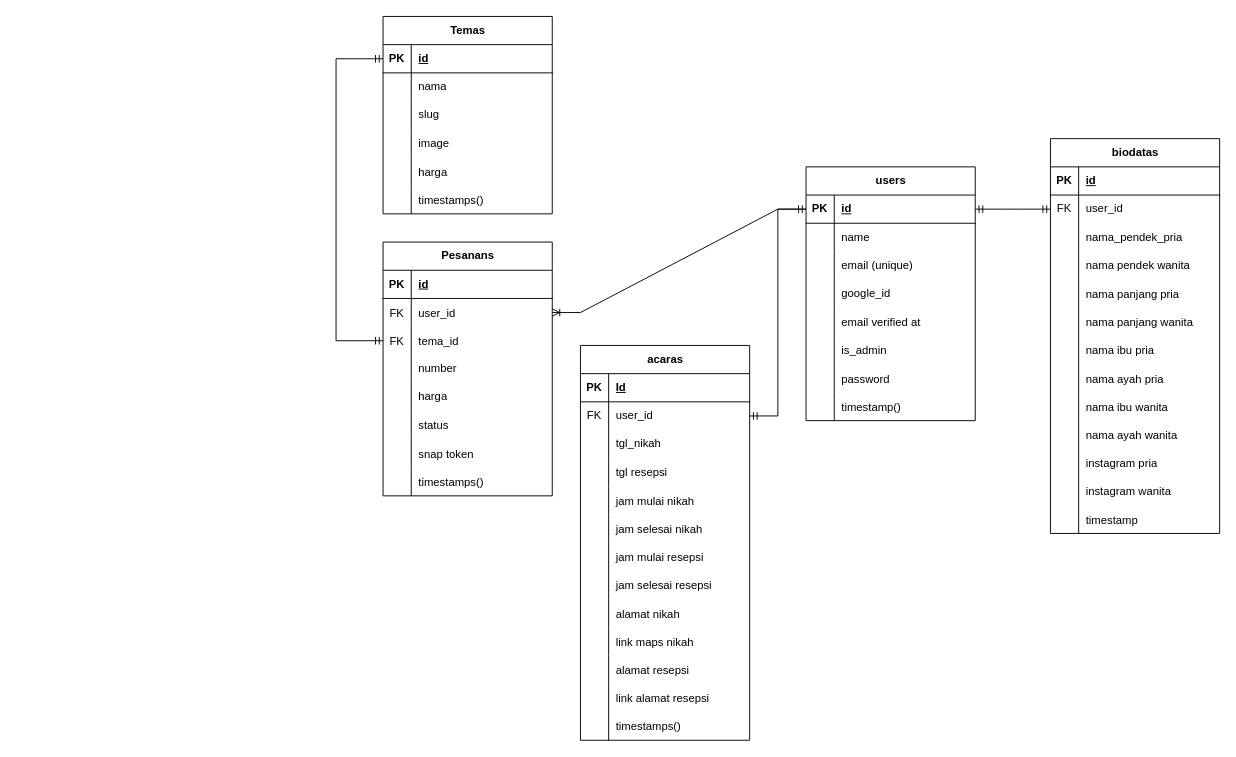
The draw.io diagram Untitled Diagram.drawio in herisukoco/draw.io, before the edit. Source tidied: cells renumbered, new cells numbered last; positions are measured from the earlier drawing's top-left corner, leaving out a move shared by most shapes. Both pictures are drawn from the tidied source at 94%, with x=0, y=0 at pixel (336, 16).
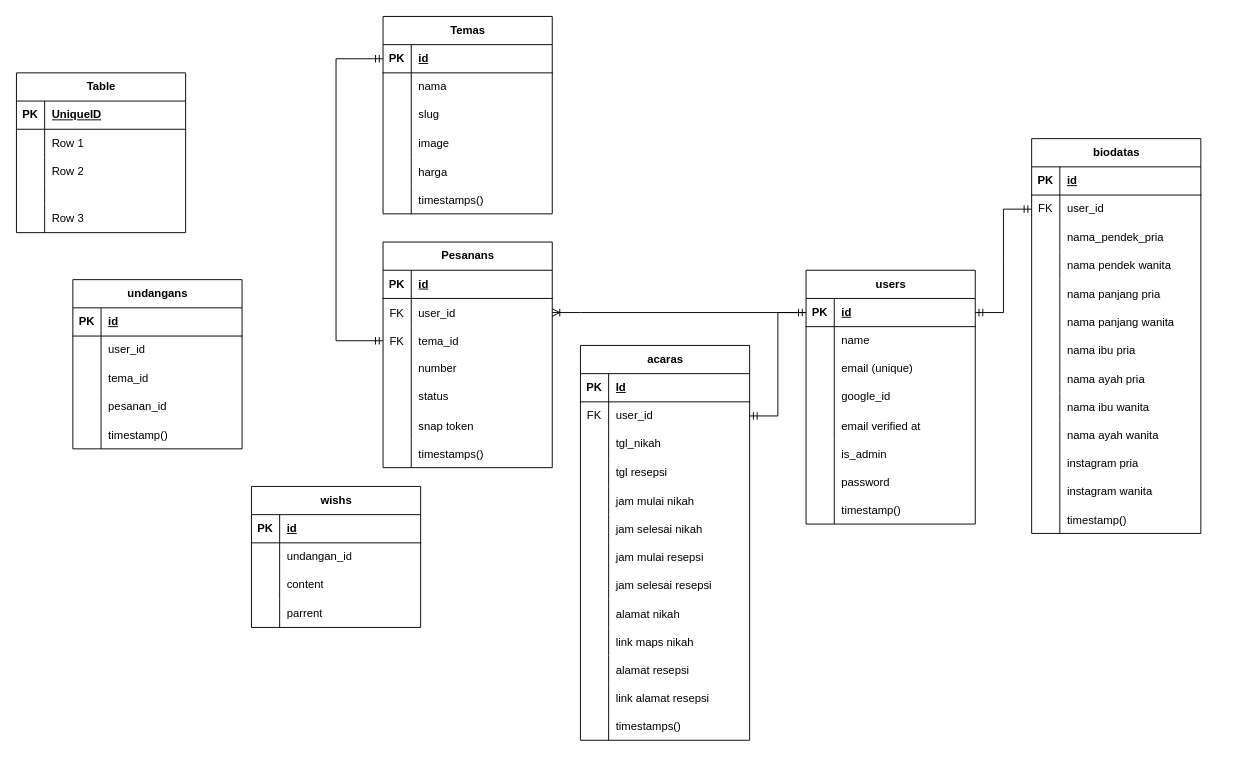
Above is the later version.

Unchanged cells that the change refers to:
```xml
<mxCell id="64" style="shape=tableRow;horizontal=0;startSize=0;swimlaneHead=0;swimlaneBody=0;fillColor=none;top=0;left=0;right=0;bottom=0;" parent="27" vertex="1">
  <mxGeometry y="390" width="180" height="30" as="geometry" />
</mxCell>
```

Diff of the diagram source:
```diff
@@
     <mxCell id="2" value="users" style="shape=table;startSize=30;childLayout=tableLayout;rowLines=0;fontStyle=1;align=center;html=1;" parent="1" vertex="1">
-      <mxGeometry x="500" y="160" width="180" height="270" as="geometry" />
+      <mxGeometry x="500" y="270" width="180" height="270" as="geometry" />
     </mxCell>
@@
     <mxCell id="27" value="biodatas" style="shape=table;startSize=30;childLayout=tableLayout;rowLines=0;fontStyle=1;align=center;html=1;" parent="1" vertex="1">
-      <mxGeometry x="760" y="130" width="180" height="420" as="geometry" />
+      <mxGeometry x="740" y="130" width="180" height="420" as="geometry" />
     </mxCell>
@@
-    <mxCell id="66" value="timestamp" style="shape=partialRectangle;fillColor=none;top=0;left=0;bottom=0;right=0;align=left;spacingLeft=6;overflow=hidden;" parent="64" vertex="1">
+    <mxCell id="66" value="timestamp()" style="shape=partialRectangle;fillColor=none;top=0;left=0;bottom=0;right=0;align=left;spacingLeft=6;overflow=hidden;" parent="64" vertex="1">
       <mxGeometry x="30" width="150" height="30" as="geometry" />
     </mxCell>
@@
     <mxCell id="128" value="Pesanans" style="shape=table;startSize=30;childLayout=tableLayout;rowLines=0;fontStyle=1;align=center;html=1;" parent="1" vertex="1">
-      <mxGeometry x="50" y="240" width="180" height="270" as="geometry" />
+      <mxGeometry x="50" y="240" width="180" height="240" as="geometry" />
     </mxCell>
@@
-    <mxCell id="141" style="shape=tableRow;horizontal=0;startSize=0;swimlaneHead=0;swimlaneBody=0;fillColor=none;top=0;left=0;right=0;bottom=0;" parent="128" vertex="1">
-      <mxGeometry y="150" width="180" height="30" as="geometry" />
-    </mxCell>
-    <mxCell id="142" style="shape=partialRectangle;fillColor=none;top=0;left=0;bottom=0;right=0;overflow=hidden;whiteSpace=wrap;html=1;" parent="141" vertex="1">
-      <mxGeometry width="30" height="30" as="geometry" />
-    </mxCell>
-    <mxCell id="143" value="harga" style="shape=partialRectangle;fillColor=none;top=0;left=0;bottom=0;right=0;align=left;spacingLeft=6;overflow=hidden;whiteSpace=wrap;html=1;" parent="141" vertex="1">
-      <mxGeometry x="30" width="150" height="30" as="geometry" />
-    </mxCell>
     <mxCell id="144" style="shape=tableRow;horizontal=0;startSize=0;swimlaneHead=0;swimlaneBody=0;fillColor=none;top=0;left=0;right=0;bottom=0;" parent="128" vertex="1">
-      <mxGeometry y="180" width="180" height="30" as="geometry" />
+      <mxGeometry y="150" width="180" height="30" as="geometry" />
     </mxCell>
@@
     <mxCell id="147" style="shape=tableRow;horizontal=0;startSize=0;swimlaneHead=0;swimlaneBody=0;fillColor=none;top=0;left=0;right=0;bottom=0;" parent="128" vertex="1">
-      <mxGeometry y="210" width="180" height="30" as="geometry" />
+      <mxGeometry y="180" width="180" height="30" as="geometry" />
     </mxCell>
@@
     <mxCell id="150" style="shape=tableRow;horizontal=0;startSize=0;swimlaneHead=0;swimlaneBody=0;fillColor=none;top=0;left=0;right=0;bottom=0;" parent="128" vertex="1">
-      <mxGeometry y="240" width="180" height="30" as="geometry" />
+      <mxGeometry y="210" width="180" height="30" as="geometry" />
     </mxCell>
@@
+    <mxCell id="155" value="undangans" style="shape=table;startSize=30;childLayout=tableLayout;rowLines=0;fontStyle=1;align=center;html=1;" parent="1" vertex="1">
+      <mxGeometry x="-280" y="280" width="180" height="180" as="geometry" />
+    </mxCell>
+    <mxCell id="156" style="shape=tableRow;horizontal=0;startSize=0;swimlaneHead=0;swimlaneBody=0;fillColor=none;top=0;left=0;right=0;bottom=1;" parent="155" vertex="1">
+      <mxGeometry y="30" width="180" height="30" as="geometry" />
+    </mxCell>
+    <mxCell id="157" value="PK" style="shape=partialRectangle;fillColor=none;top=0;left=0;bottom=0;right=0;fontStyle=1;overflow=hidden;whiteSpace=wrap;html=1;" parent="156" vertex="1">
+      <mxGeometry width="30" height="30" as="geometry" />
+    </mxCell>
+    <mxCell id="158" value="id" style="shape=partialRectangle;fillColor=none;top=0;left=0;bottom=0;right=0;align=left;spacingLeft=6;fontStyle=5;overflow=hidden;whiteSpace=wrap;html=1;" parent="156" vertex="1">
+      <mxGeometry x="30" width="150" height="30" as="geometry" />
+    </mxCell>
+    <mxCell id="159" style="shape=tableRow;horizontal=0;startSize=0;swimlaneHead=0;swimlaneBody=0;fillColor=none;top=0;left=0;right=0;bottom=0;" parent="155" vertex="1">
+      <mxGeometry y="60" width="180" height="30" as="geometry" />
+    </mxCell>
+    <mxCell id="160" style="shape=partialRectangle;fillColor=none;top=0;left=0;bottom=0;right=0;overflow=hidden;whiteSpace=wrap;html=1;" parent="159" vertex="1">
+      <mxGeometry width="30" height="30" as="geometry" />
+    </mxCell>
+    <mxCell id="161" value="user_id" style="shape=partialRectangle;fillColor=none;top=0;left=0;bottom=0;right=0;align=left;spacingLeft=6;overflow=hidden;whiteSpace=wrap;html=1;" parent="159" vertex="1">
+      <mxGeometry x="30" width="150" height="30" as="geometry" />
+    </mxCell>
+    <mxCell id="162" style="shape=tableRow;horizontal=0;startSize=0;swimlaneHead=0;swimlaneBody=0;fillColor=none;top=0;left=0;right=0;bottom=0;" parent="155" vertex="1">
+      <mxGeometry y="90" width="180" height="30" as="geometry" />
+    </mxCell>
+    <mxCell id="163" style="shape=partialRectangle;fillColor=none;top=0;left=0;bottom=0;right=0;overflow=hidden;whiteSpace=wrap;html=1;" parent="162" vertex="1">
+      <mxGeometry width="30" height="30" as="geometry" />
+    </mxCell>
+    <mxCell id="164" value="tema_id" style="shape=partialRectangle;fillColor=none;top=0;left=0;bottom=0;right=0;align=left;spacingLeft=6;overflow=hidden;whiteSpace=wrap;html=1;" parent="162" vertex="1">
+      <mxGeometry x="30" width="150" height="30" as="geometry" />
+    </mxCell>
+    <mxCell id="165" style="shape=tableRow;horizontal=0;startSize=0;swimlaneHead=0;swimlaneBody=0;fillColor=none;top=0;left=0;right=0;bottom=0;" parent="155" vertex="1">
+      <mxGeometry y="120" width="180" height="30" as="geometry" />
+    </mxCell>
+    <mxCell id="166" style="shape=partialRectangle;fillColor=none;top=0;left=0;bottom=0;right=0;overflow=hidden;whiteSpace=wrap;html=1;" parent="165" vertex="1">
+      <mxGeometry width="30" height="30" as="geometry" />
+    </mxCell>
+    <mxCell id="167" value="pesanan_id" style="shape=partialRectangle;fillColor=none;top=0;left=0;bottom=0;right=0;align=left;spacingLeft=6;overflow=hidden;whiteSpace=wrap;html=1;" parent="165" vertex="1">
+      <mxGeometry x="30" width="150" height="30" as="geometry" />
+    </mxCell>
+    <mxCell id="168" style="shape=tableRow;horizontal=0;startSize=0;swimlaneHead=0;swimlaneBody=0;fillColor=none;top=0;left=0;right=0;bottom=0;" parent="155" vertex="1">
+      <mxGeometry y="150" width="180" height="30" as="geometry" />
+    </mxCell>
+    <mxCell id="169" style="shape=partialRectangle;fillColor=none;top=0;left=0;bottom=0;right=0;overflow=hidden;" parent="168" vertex="1">
+      <mxGeometry width="30" height="30" as="geometry" />
+    </mxCell>
+    <mxCell id="170" value="timestamp()" style="shape=partialRectangle;fillColor=none;top=0;left=0;bottom=0;right=0;align=left;spacingLeft=6;overflow=hidden;" parent="168" vertex="1">
+      <mxGeometry x="30" width="150" height="30" as="geometry" />
+    </mxCell>
+    <mxCell id="171" value="wishs" style="shape=table;startSize=30;childLayout=tableLayout;rowLines=0;fontStyle=1;align=center;html=1;" parent="1" vertex="1">
+      <mxGeometry x="-90" y="500" width="180" height="150" as="geometry" />
+    </mxCell>
+    <mxCell id="172" style="shape=tableRow;horizontal=0;startSize=0;swimlaneHead=0;swimlaneBody=0;fillColor=none;top=0;left=0;right=0;bottom=1;" parent="171" vertex="1">
+      <mxGeometry y="30" width="180" height="30" as="geometry" />
+    </mxCell>
+    <mxCell id="173" value="PK" style="shape=partialRectangle;fillColor=none;top=0;left=0;bottom=0;right=0;fontStyle=1;overflow=hidden;whiteSpace=wrap;html=1;" parent="172" vertex="1">
+      <mxGeometry width="30" height="30" as="geometry" />
+    </mxCell>
+    <mxCell id="174" value="id" style="shape=partialRectangle;fillColor=none;top=0;left=0;bottom=0;right=0;align=left;spacingLeft=6;fontStyle=5;overflow=hidden;whiteSpace=wrap;html=1;" parent="172" vertex="1">
+      <mxGeometry x="30" width="150" height="30" as="geometry" />
+    </mxCell>
+    <mxCell id="175" style="shape=tableRow;horizontal=0;startSize=0;swimlaneHead=0;swimlaneBody=0;fillColor=none;top=0;left=0;right=0;bottom=0;" parent="171" vertex="1">
+      <mxGeometry y="60" width="180" height="30" as="geometry" />
+    </mxCell>
+    <mxCell id="176" style="shape=partialRectangle;fillColor=none;top=0;left=0;bottom=0;right=0;overflow=hidden;whiteSpace=wrap;html=1;" parent="175" vertex="1">
+      <mxGeometry width="30" height="30" as="geometry" />
+    </mxCell>
+    <mxCell id="177" value="undangan_id" style="shape=partialRectangle;fillColor=none;top=0;left=0;bottom=0;right=0;align=left;spacingLeft=6;overflow=hidden;whiteSpace=wrap;html=1;" parent="175" vertex="1">
+      <mxGeometry x="30" width="150" height="30" as="geometry" />
+    </mxCell>
+    <mxCell id="178" style="shape=tableRow;horizontal=0;startSize=0;swimlaneHead=0;swimlaneBody=0;fillColor=none;top=0;left=0;right=0;bottom=0;" parent="171" vertex="1">
+      <mxGeometry y="90" width="180" height="30" as="geometry" />
+    </mxCell>
+    <mxCell id="179" style="shape=partialRectangle;fillColor=none;top=0;left=0;bottom=0;right=0;overflow=hidden;whiteSpace=wrap;html=1;" parent="178" vertex="1">
+      <mxGeometry width="30" height="30" as="geometry" />
+    </mxCell>
+    <mxCell id="180" value="content" style="shape=partialRectangle;fillColor=none;top=0;left=0;bottom=0;right=0;align=left;spacingLeft=6;overflow=hidden;whiteSpace=wrap;html=1;" parent="178" vertex="1">
+      <mxGeometry x="30" width="150" height="30" as="geometry" />
+    </mxCell>
+    <mxCell id="181" style="shape=tableRow;horizontal=0;startSize=0;swimlaneHead=0;swimlaneBody=0;fillColor=none;top=0;left=0;right=0;bottom=0;" parent="171" vertex="1">
+      <mxGeometry y="120" width="180" height="30" as="geometry" />
+    </mxCell>
+    <mxCell id="182" style="shape=partialRectangle;fillColor=none;top=0;left=0;bottom=0;right=0;overflow=hidden;whiteSpace=wrap;html=1;" parent="181" vertex="1">
+      <mxGeometry width="30" height="30" as="geometry" />
+    </mxCell>
+    <mxCell id="183" value="parrent" style="shape=partialRectangle;fillColor=none;top=0;left=0;bottom=0;right=0;align=left;spacingLeft=6;overflow=hidden;whiteSpace=wrap;html=1;" parent="181" vertex="1">
+      <mxGeometry x="30" width="150" height="30" as="geometry" />
+    </mxCell>
+    <mxCell id="184" value="Table" style="shape=table;startSize=30;childLayout=tableLayout;rowLines=0;fontStyle=1;align=center;html=1;" parent="1" vertex="1">
+      <mxGeometry x="-340" y="60" width="180" height="170" as="geometry" />
+    </mxCell>
+    <mxCell id="185" style="shape=tableRow;horizontal=0;startSize=0;swimlaneHead=0;swimlaneBody=0;fillColor=none;top=0;left=0;right=0;bottom=1;" parent="184" vertex="1">
+      <mxGeometry y="30" width="180" height="30" as="geometry" />
+    </mxCell>
+    <mxCell id="186" value="PK" style="shape=partialRectangle;fillColor=none;top=0;left=0;bottom=0;right=0;fontStyle=1;overflow=hidden;whiteSpace=wrap;html=1;" parent="185" vertex="1">
+      <mxGeometry width="30" height="30" as="geometry" />
+    </mxCell>
+    <mxCell id="187" value="UniqueID" style="shape=partialRectangle;fillColor=none;top=0;left=0;bottom=0;right=0;align=left;spacingLeft=6;fontStyle=5;overflow=hidden;whiteSpace=wrap;html=1;" parent="185" vertex="1">
+      <mxGeometry x="30" width="150" height="30" as="geometry" />
+    </mxCell>
+    <mxCell id="188" style="shape=tableRow;horizontal=0;startSize=0;swimlaneHead=0;swimlaneBody=0;fillColor=none;top=0;left=0;right=0;bottom=0;" parent="184" vertex="1">
+      <mxGeometry y="60" width="180" height="30" as="geometry" />
+    </mxCell>
+    <mxCell id="189" style="shape=partialRectangle;fillColor=none;top=0;left=0;bottom=0;right=0;overflow=hidden;whiteSpace=wrap;html=1;" parent="188" vertex="1">
+      <mxGeometry width="30" height="30" as="geometry" />
+    </mxCell>
+    <mxCell id="190" value="Row 1" style="shape=partialRectangle;fillColor=none;top=0;left=0;bottom=0;right=0;align=left;spacingLeft=6;overflow=hidden;whiteSpace=wrap;html=1;" parent="188" vertex="1">
+      <mxGeometry x="30" width="150" height="30" as="geometry" />
+    </mxCell>
+    <mxCell id="191" style="shape=tableRow;horizontal=0;startSize=0;swimlaneHead=0;swimlaneBody=0;fillColor=none;top=0;left=0;right=0;bottom=0;" parent="184" vertex="1">
+      <mxGeometry y="90" width="180" height="30" as="geometry" />
+    </mxCell>
+    <mxCell id="192" style="shape=partialRectangle;fillColor=none;top=0;left=0;bottom=0;right=0;overflow=hidden;whiteSpace=wrap;html=1;" parent="191" vertex="1">
+      <mxGeometry width="30" height="30" as="geometry" />
+    </mxCell>
+    <mxCell id="193" value="Row 2" style="shape=partialRectangle;fillColor=none;top=0;left=0;bottom=0;right=0;align=left;spacingLeft=6;overflow=hidden;whiteSpace=wrap;html=1;" parent="191" vertex="1">
+      <mxGeometry x="30" width="150" height="30" as="geometry" />
+    </mxCell>
+    <mxCell id="141" style="shape=tableRow;horizontal=0;startSize=0;swimlaneHead=0;swimlaneBody=0;fillColor=none;top=0;left=0;right=0;bottom=0;" parent="184" vertex="1">
+      <mxGeometry y="120" width="180" height="20" as="geometry" />
+    </mxCell>
+    <mxCell id="142" style="shape=partialRectangle;fillColor=none;top=0;left=0;bottom=0;right=0;overflow=hidden;whiteSpace=wrap;html=1;" parent="141" vertex="1">
+      <mxGeometry width="30" height="20" as="geometry" />
+    </mxCell>
+    <mxCell id="143" style="shape=partialRectangle;fillColor=none;top=0;left=0;bottom=0;right=0;align=left;spacingLeft=6;overflow=hidden;whiteSpace=wrap;html=1;" parent="141" vertex="1">
+      <mxGeometry x="30" width="150" height="20" as="geometry" />
+    </mxCell>
+    <mxCell id="194" style="shape=tableRow;horizontal=0;startSize=0;swimlaneHead=0;swimlaneBody=0;fillColor=none;top=0;left=0;right=0;bottom=0;" parent="184" vertex="1">
+      <mxGeometry y="140" width="180" height="30" as="geometry" />
+    </mxCell>
+    <mxCell id="195" style="shape=partialRectangle;fillColor=none;top=0;left=0;bottom=0;right=0;overflow=hidden;whiteSpace=wrap;html=1;" parent="194" vertex="1">
+      <mxGeometry width="30" height="30" as="geometry" />
+    </mxCell>
+    <mxCell id="196" value="Row 3" style="shape=partialRectangle;fillColor=none;top=0;left=0;bottom=0;right=0;align=left;spacingLeft=6;overflow=hidden;whiteSpace=wrap;html=1;" parent="194" vertex="1">
+      <mxGeometry x="30" width="150" height="30" as="geometry" />
+    </mxCell>
```
